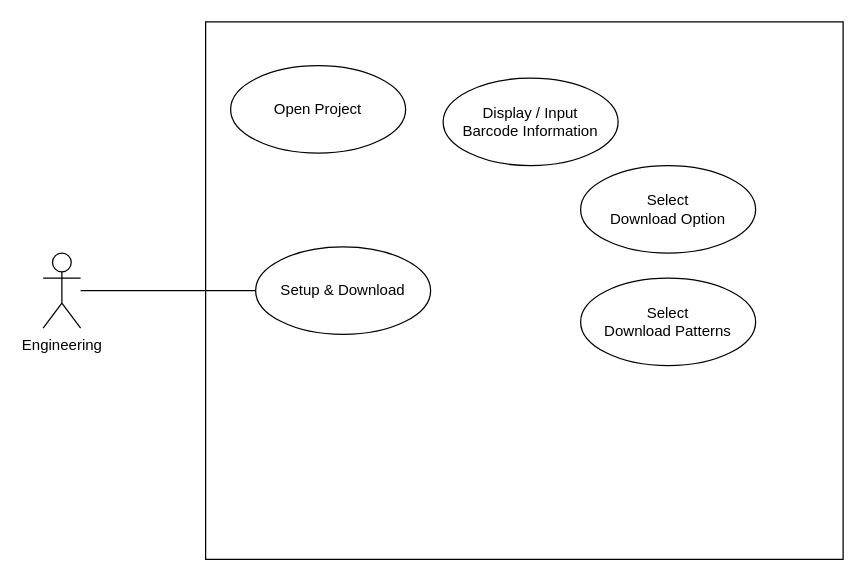
Jasson-Chou/Software-Projects keeps this draw.io diagram as page "Engineering Mode - Setup&Download" (16 of 19) of SG9KG5/UI Design/Use Case.drawio. Above is the earlier version. Source tidied: cells renumbered, new cells numbered last; positions are measured from the earlier drawing's top-left corner, leaving out a move shared by most shapes. Both pictures are drawn from the tidied source at 125%, with x=0, y=0 at pixel (42, 21).
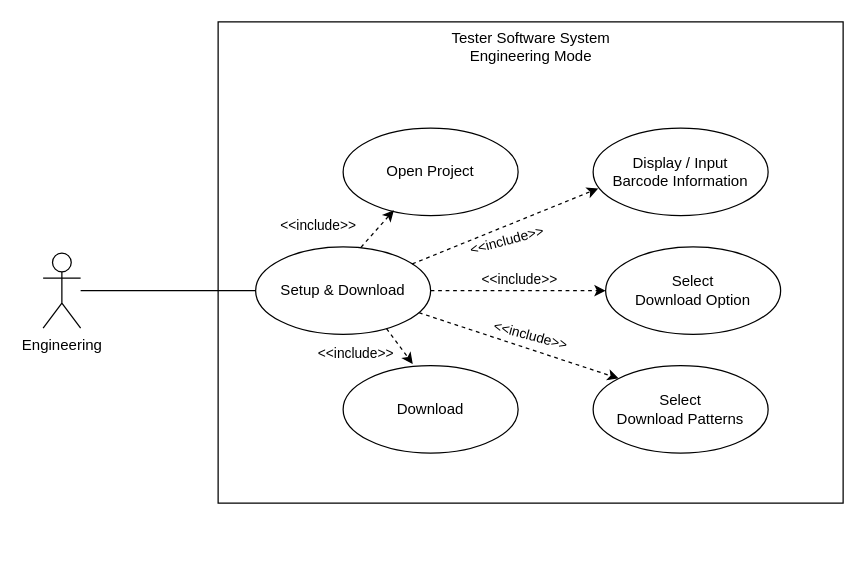
The same diagram, later.

Unchanged cells that the change refers to:
```xml
<mxCell id="4" value="Setup &amp;amp; Download" style="ellipse;whiteSpace=wrap;html=1;" parent="1" vertex="1">
  <mxGeometry x="170" y="180" width="140" height="70" as="geometry" />
</mxCell>
```

What changed in the source:
```diff
@@
     <mxCell id="3" style="rounded=0;whiteSpace=wrap;html=1;" parent="1" vertex="1">
-      <mxGeometry x="130" width="510" height="430" as="geometry" />
+      <mxGeometry x="140" width="500" height="385" as="geometry" />
     </mxCell>
@@
     <mxCell id="6" value="Open Project" style="ellipse;whiteSpace=wrap;html=1;" parent="1" vertex="1">
-      <mxGeometry x="150" y="35" width="140" height="70" as="geometry" />
+      <mxGeometry x="240" y="85" width="140" height="70" as="geometry" />
     </mxCell>
     <mxCell id="7" value="Display / Input&lt;br&gt;Barcode Information" style="ellipse;whiteSpace=wrap;html=1;" parent="1" vertex="1">
-      <mxGeometry x="320" y="45" width="140" height="70" as="geometry" />
+      <mxGeometry x="440" y="85" width="140" height="70" as="geometry" />
     </mxCell>
     <mxCell id="8" value="Select &lt;br&gt;Download Option" style="ellipse;whiteSpace=wrap;html=1;" parent="1" vertex="1">
-      <mxGeometry x="430" y="115" width="140" height="70" as="geometry" />
+      <mxGeometry x="450" y="180" width="140" height="70" as="geometry" />
     </mxCell>
     <mxCell id="9" value="Select &lt;br&gt;Download Patterns" style="ellipse;whiteSpace=wrap;html=1;" parent="1" vertex="1">
-      <mxGeometry x="430" y="205" width="140" height="70" as="geometry" />
+      <mxGeometry x="440" y="275" width="140" height="70" as="geometry" />
     </mxCell>
+    <mxCell id="10" value="Download" style="ellipse;whiteSpace=wrap;html=1;" parent="1" vertex="1">
+      <mxGeometry x="240" y="275" width="140" height="70" as="geometry" />
+    </mxCell>
+    <mxCell id="11" style="edgeStyle=none;rounded=0;jettySize=auto;html=1;endArrow=classic;endFill=1;entryX=0.29;entryY=0.938;entryDx=0;entryDy=0;entryPerimeter=0;dashed=1;exitX=0.602;exitY=0.005;exitDx=0;exitDy=0;exitPerimeter=0;" parent="1" edge="1" source="4" target="6">
+      <mxGeometry relative="1" as="geometry" />
+    </mxCell>
+    <mxCell id="12" value="&amp;lt;&amp;lt;include&amp;gt;&amp;gt;" style="edgeLabel;html=1;align=center;verticalAlign=middle;" parent="11" vertex="1">
+      <mxGeometry x="0.31" y="-3" relative="1" as="geometry">
+        <mxPoint x="-53.8" as="offset" />
+      </mxGeometry>
+    </mxCell>
+    <mxCell id="13" style="edgeStyle=none;rounded=0;jettySize=auto;html=1;exitX=0.895;exitY=0.195;exitDx=0;exitDy=0;endArrow=classic;endFill=1;entryX=0.029;entryY=0.69;entryDx=0;entryDy=0;entryPerimeter=0;dashed=1;exitPerimeter=0;" parent="1" edge="1" source="4" target="7">
+      <mxGeometry relative="1" as="geometry" />
+    </mxCell>
+    <mxCell id="14" value="&amp;lt;&amp;lt;include&amp;gt;&amp;gt;" style="edgeLabel;html=1;align=center;verticalAlign=middle;rotation=-15;" parent="13" vertex="1">
+      <mxGeometry x="0.31" y="-3" relative="1" as="geometry">
+        <mxPoint x="-23.4" y="17.9" as="offset" />
+      </mxGeometry>
+    </mxCell>
+    <mxCell id="15" style="edgeStyle=none;rounded=0;jettySize=auto;html=1;exitX=1;exitY=0.5;exitDx=0;exitDy=0;endArrow=classic;endFill=1;entryX=0;entryY=0.5;entryDx=0;entryDy=0;dashed=1;" parent="1" edge="1" source="4" target="8">
+      <mxGeometry relative="1" as="geometry" />
+    </mxCell>
+    <mxCell id="16" value="&amp;lt;&amp;lt;include&amp;gt;&amp;gt;" style="edgeLabel;html=1;align=center;verticalAlign=middle;" parent="15" vertex="1">
+      <mxGeometry x="0.31" y="-3" relative="1" as="geometry">
+        <mxPoint x="-21.3" y="-13" as="offset" />
+      </mxGeometry>
+    </mxCell>
+    <mxCell id="17" style="edgeStyle=none;rounded=0;jettySize=auto;html=1;exitX=0.933;exitY=0.752;exitDx=0;exitDy=0;endArrow=classic;endFill=1;entryX=0;entryY=0;entryDx=0;entryDy=0;dashed=1;exitPerimeter=0;" parent="1" edge="1" source="4" target="9">
+      <mxGeometry relative="1" as="geometry" />
+    </mxCell>
+    <mxCell id="18" value="&amp;lt;&amp;lt;include&amp;gt;&amp;gt;" style="edgeLabel;html=1;align=center;verticalAlign=middle;rotation=15;" parent="17" vertex="1">
+      <mxGeometry x="0.31" y="-3" relative="1" as="geometry">
+        <mxPoint x="-14.2" y="-19.9" as="offset" />
+      </mxGeometry>
+    </mxCell>
+    <mxCell id="19" style="edgeStyle=none;rounded=0;jettySize=auto;html=1;exitX=0.748;exitY=0.933;exitDx=0;exitDy=0;endArrow=classic;endFill=1;entryX=0.398;entryY=-0.019;entryDx=0;entryDy=0;entryPerimeter=0;dashed=1;exitPerimeter=0;" parent="1" edge="1" source="4" target="10">
+      <mxGeometry relative="1" as="geometry" />
+    </mxCell>
+    <mxCell id="20" value="&amp;lt;&amp;lt;include&amp;gt;&amp;gt;" style="edgeLabel;html=1;align=center;verticalAlign=middle;" parent="19" vertex="1">
+      <mxGeometry x="0.31" y="-3" relative="1" as="geometry">
+        <mxPoint x="-36" y="-0.6" as="offset" />
+      </mxGeometry>
+    </mxCell>
+    <mxCell id="21" value="Tester Software System Engineering Mode" style="text;html=1;strokeColor=none;fillColor=none;align=center;verticalAlign=middle;whiteSpace=wrap;rounded=0;" parent="1" vertex="1">
+      <mxGeometry x="292.5" y="5" width="195" height="30" as="geometry" />
+    </mxCell>
```
